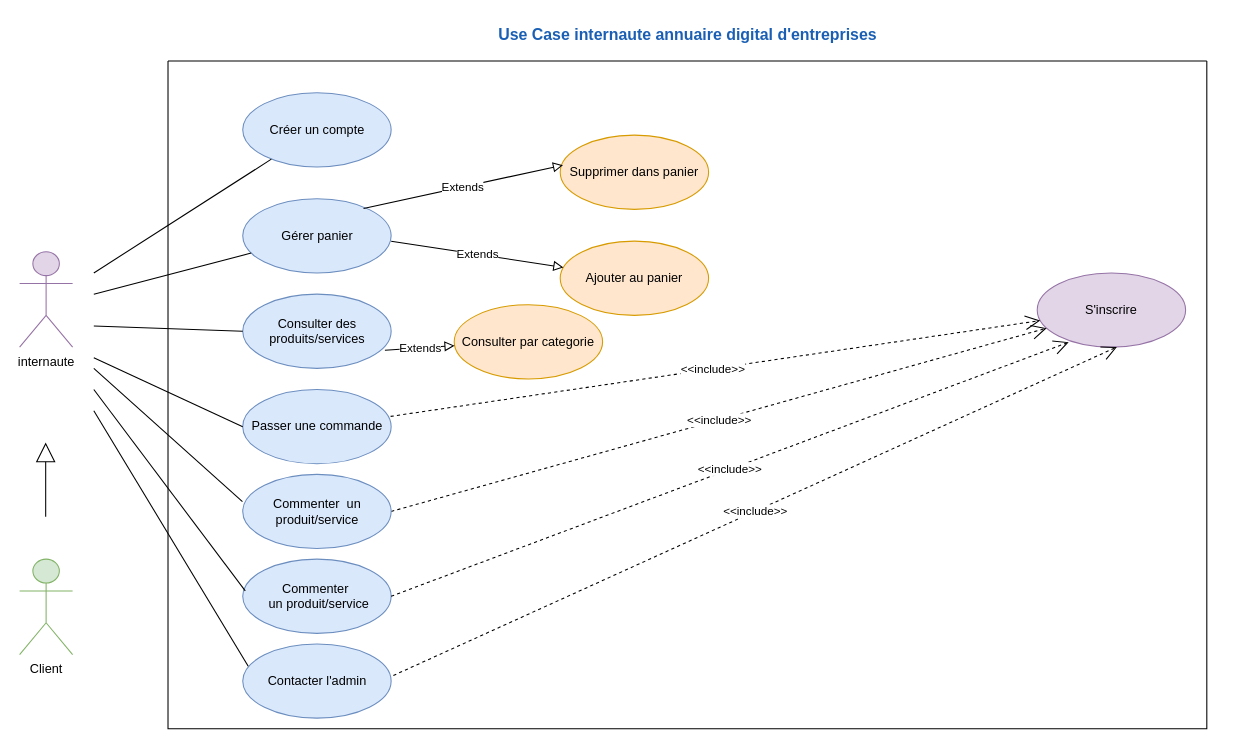
amine-elarass49/angular_doc keeps this draw.io diagram as 1. UseCase_internaute.drawio. Above is the earlier version. Source tidied: cells renumbered, new cells numbered last; positions are measured from the earlier drawing's top-left corner, leaving out a move shared by most shapes. Both pictures are drawn from the tidied source at 106%, with x=0, y=0 at pixel (19, 18).
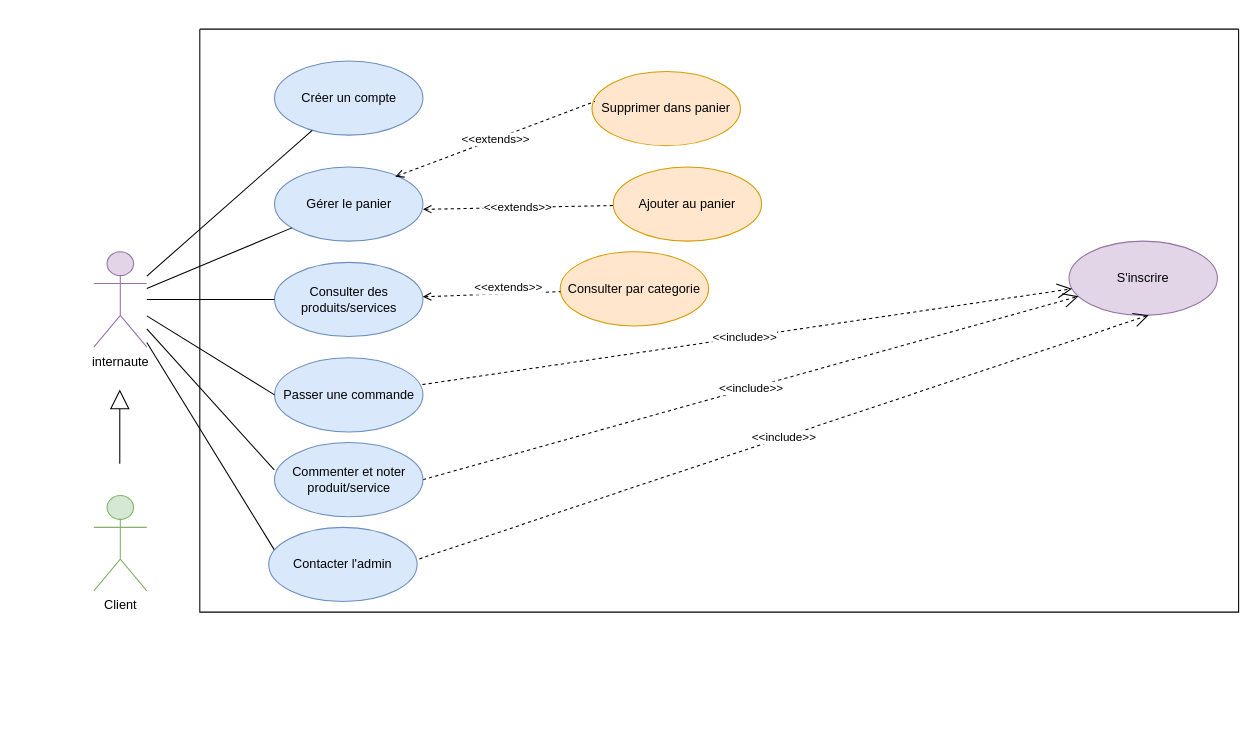
The same page after the edit.

The change refers to these unchanged cells:
```xml
<mxCell id="4" value="S'inscrire" style="ellipse;whiteSpace=wrap;html=1;fillColor=#e1d5e7;strokeColor=#9673a6;" parent="3" vertex="1">
  <mxGeometry x="820" y="200" width="140" height="70" as="geometry" />
</mxCell>
<mxCell id="9" value="Créer un compte" style="ellipse;whiteSpace=wrap;html=1;fillColor=#dae8fc;strokeColor=#6c8ebf;" parent="3" vertex="1">
  <mxGeometry x="70.5" y="30" width="140" height="70" as="geometry" />
</mxCell>
<mxCell id="10" value="Consulter des produits/services" style="ellipse;whiteSpace=wrap;html=1;fillColor=#dae8fc;strokeColor=#6c8ebf;" parent="3" vertex="1">
  <mxGeometry x="70.5" y="220" width="140" height="70" as="geometry" />
</mxCell>
<mxCell id="11" value="Passer une commande" style="ellipse;whiteSpace=wrap;html=1;fillColor=#dae8fc;strokeColor=#6c8ebf;" parent="3" vertex="1">
  <mxGeometry x="70.5" y="310" width="140" height="70" as="geometry" />
</mxCell>
```

Change to the diagram source:
```diff
@@
     <mxCell id="2" value="internaute" style="shape=umlActor;verticalLabelPosition=bottom;verticalAlign=top;html=1;outlineConnect=0;fillColor=#e1d5e7;strokeColor=#9673a6;" parent="1" vertex="1">
-      <mxGeometry y="220" width="50" height="90" as="geometry" />
+      <mxGeometry x="70" y="220" width="50" height="90" as="geometry" />
     </mxCell>
     <mxCell id="3" style="swimlane;startSize=0;" parent="1" vertex="1">
-      <mxGeometry x="140" y="40" width="980" height="630" as="geometry" />
+      <mxGeometry x="170" y="10" width="980" height="550" as="geometry" />
     </mxCell>
@@
-    <mxCell id="7" value="&lt;div&gt;Gérer panier&lt;/div&gt;" style="ellipse;whiteSpace=wrap;html=1;fillColor=#dae8fc;strokeColor=#6c8ebf;" parent="3" vertex="1">
+    <mxCell id="7" value="&lt;div&gt;Gérer le panier&lt;/div&gt;" style="ellipse;whiteSpace=wrap;html=1;fillColor=#dae8fc;strokeColor=#6c8ebf;" parent="3" vertex="1">
       <mxGeometry x="70.5" y="130" width="140" height="70" as="geometry" />
     </mxCell>
     <mxCell id="8" value="Supprimer dans panier" style="ellipse;whiteSpace=wrap;html=1;fillColor=#ffe6cc;strokeColor=#d79b00;" parent="3" vertex="1">
-      <mxGeometry x="370" y="70" width="140" height="70" as="geometry" />
+      <mxGeometry x="370" y="40" width="140" height="70" as="geometry" />
     </mxCell>
@@
-    <mxCell id="12" value="Commenter&amp;nbsp; un produit/service" style="ellipse;whiteSpace=wrap;html=1;fillColor=#dae8fc;strokeColor=#6c8ebf;" parent="3" vertex="1">
+    <mxCell id="12" value="Commenter et noter produit/service" style="ellipse;whiteSpace=wrap;html=1;fillColor=#dae8fc;strokeColor=#6c8ebf;" parent="3" vertex="1">
       <mxGeometry x="70.5" y="390" width="140" height="70" as="geometry" />
     </mxCell>
-    <mxCell id="13" value="&lt;div&gt;Commenter&amp;nbsp;&lt;/div&gt;&lt;div&gt;&amp;nbsp;un produit/service&lt;/div&gt;" style="ellipse;whiteSpace=wrap;html=1;fillColor=#dae8fc;strokeColor=#6c8ebf;" parent="3" vertex="1">
-      <mxGeometry x="70.5" y="470" width="140" height="70" as="geometry" />
-    </mxCell>
     <mxCell id="14" value="Contacter l'admin" style="ellipse;whiteSpace=wrap;html=1;fillColor=#dae8fc;strokeColor=#6c8ebf;" parent="3" vertex="1">
-      <mxGeometry x="70.5" y="550" width="140" height="70" as="geometry" />
+      <mxGeometry x="65" y="470" width="140" height="70" as="geometry" />
     </mxCell>
-    <mxCell id="15" style="endArrow=none;html=1;rounded=0;entryX=0.017;entryY=0.428;entryDx=0;entryDy=0;entryPerimeter=0;" parent="3" edge="1" target="13">
-      <mxGeometry relative="1" as="geometry">
-        <mxPoint x="-70" y="310" as="sourcePoint" />
-      </mxGeometry>
-    </mxCell>
-    <mxCell id="16" style="endArrow=none;html=1;rounded=0;entryX=0.037;entryY=0.3;entryDx=0;entryDy=0;entryPerimeter=0;" parent="3" edge="1" target="14">
-      <mxGeometry relative="1" as="geometry">
-        <mxPoint x="-70" y="330" as="sourcePoint" />
-      </mxGeometry>
-    </mxCell>
-    <mxCell id="17" style="endArrow=none;html=1;rounded=0;entryX=0;entryY=0.5;entryDx=0;entryDy=0;" parent="3" edge="1" target="11">
-      <mxGeometry relative="1" as="geometry">
-        <mxPoint x="-70" y="280" as="sourcePoint" />
-      </mxGeometry>
-    </mxCell>
-    <mxCell id="18" style="endArrow=none;html=1;rounded=0;entryX=-0.002;entryY=0.369;entryDx=0;entryDy=0;entryPerimeter=0;" parent="3" edge="1" target="12">
-      <mxGeometry relative="1" as="geometry">
-        <mxPoint x="-70" y="290" as="sourcePoint" />
-      </mxGeometry>
-    </mxCell>
-    <mxCell id="19" style="endArrow=none;html=1;rounded=0;entryX=0;entryY=0.5;entryDx=0;entryDy=0;" parent="3" edge="1" target="10">
-      <mxGeometry relative="1" as="geometry">
-        <mxPoint x="-70" y="250" as="sourcePoint" />
-      </mxGeometry>
-    </mxCell>
-    <mxCell id="20" style="endArrow=none;html=1;rounded=0;" parent="3" edge="1" target="9">
-      <mxGeometry relative="1" as="geometry">
-        <mxPoint x="-70" y="200" as="sourcePoint" />
-      </mxGeometry>
-    </mxCell>
@@
-    <mxCell id="22" value="&amp;lt;&amp;lt;include&amp;gt;&amp;gt;" style="endArrow=open;endSize=12;dashed=1;html=1;rounded=0;exitX=1;exitY=0.5;exitDx=0;exitDy=0;entryX=0.212;entryY=0.933;entryDx=0;entryDy=0;entryPerimeter=0;" parent="3" edge="1" source="13" target="4">
-      <mxGeometry relative="1" as="geometry" />
-    </mxCell>
     <mxCell id="23" value="Ajouter au panier" style="ellipse;whiteSpace=wrap;html=1;fillColor=#ffe6cc;strokeColor=#d79b00;" parent="3" vertex="1">
-      <mxGeometry x="370" y="170" width="140" height="70" as="geometry" />
+      <mxGeometry x="390" y="130" width="140" height="70" as="geometry" />
     </mxCell>
-    <mxCell id="24" value="Extends" style="endArrow=block;endSize=7;endFill=0;html=1;rounded=0;exitX=0.924;exitY=0.843;exitDx=0;exitDy=0;exitPerimeter=0;" parent="3" edge="1" target="23">
+    <mxCell id="24" value="&amp;lt;&amp;lt;extends&amp;gt;&amp;gt;" style="endArrow=none;endSize=7;endFill=0;html=1;rounded=0;exitX=0.924;exitY=0.843;exitDx=0;exitDy=0;exitPerimeter=0;dashed=1;startArrow=open;startFill=0;" parent="3" edge="1" target="23">
       <mxGeometry relative="1" as="geometry">
         <mxPoint x="210.5" y="170" as="sourcePoint" />
       </mxGeometry>
     </mxCell>
-    <mxCell id="25" value="Extends" style="endArrow=block;endSize=7;endFill=0;html=1;rounded=0;exitX=0.814;exitY=0.131;exitDx=0;exitDy=0;exitPerimeter=0;entryX=0.019;entryY=0.404;entryDx=0;entryDy=0;entryPerimeter=0;" parent="3" edge="1" source="7" target="8">
+    <mxCell id="25" value="&amp;lt;&amp;lt;extends&amp;gt;&amp;gt;" style="endArrow=none;endSize=7;endFill=0;html=1;rounded=0;exitX=0.814;exitY=0.131;exitDx=0;exitDy=0;exitPerimeter=0;entryX=0.019;entryY=0.404;entryDx=0;entryDy=0;entryPerimeter=0;dashed=1;startArrow=open;startFill=0;" parent="3" edge="1" source="7" target="8">
       <mxGeometry relative="1" as="geometry" />
     </mxCell>
     <mxCell id="26" value="Consulter par categorie" style="ellipse;whiteSpace=wrap;html=1;fillColor=#ffe6cc;strokeColor=#d79b00;" parent="3" vertex="1">
-      <mxGeometry x="270" y="230" width="140" height="70" as="geometry" />
+      <mxGeometry x="340" y="210" width="140" height="70" as="geometry" />
     </mxCell>
-    <mxCell id="27" value="Extends" style="endArrow=block;endSize=7;endFill=0;html=1;rounded=0;exitX=0.958;exitY=0.755;exitDx=0;exitDy=0;exitPerimeter=0;" parent="3" edge="1" source="10" target="26">
-      <mxGeometry relative="1" as="geometry" />
+    <mxCell id="27" value="&amp;lt;&amp;lt;extends&amp;gt;&amp;gt;" style="endArrow=none;endSize=7;endFill=0;html=1;rounded=0;dashed=1;startArrow=open;startFill=0;" parent="3" edge="1" source="10" target="26">
+      <mxGeometry x="0.24" y="5" relative="1" as="geometry" />
     </mxCell>
-    <mxCell id="28" value="&lt;b&gt;&lt;font style=&quot;font-size: 15px;&quot; color=&quot;#1a5fb4&quot;&gt;Use Case internaute annuaire digital d'entreprises&lt;/font&gt;&lt;/b&gt;" style="text;html=1;align=center;verticalAlign=middle;strokeColor=none;fillColor=none;" parent="1" vertex="1">
-      <mxGeometry x="440" width="380" height="30" as="geometry" />
-    </mxCell>
     <mxCell id="29" style="endArrow=block;endSize=16;endFill=0;html=1;rounded=0;" parent="1" edge="1">
       <mxGeometry relative="1" as="geometry">
-        <mxPoint x="24.6" y="470" as="sourcePoint" />
-        <mxPoint x="24.6" y="400" as="targetPoint" />
+        <mxPoint x="94.5" y="420" as="sourcePoint" />
+        <mxPoint x="94.5" y="350" as="targetPoint" />
       </mxGeometry>
     </mxCell>
-    <mxCell id="30" style="endArrow=none;html=1;rounded=0;" parent="1" edge="1" target="7">
-      <mxGeometry relative="1" as="geometry">
-        <mxPoint x="70" y="260" as="sourcePoint" />
-      </mxGeometry>
+    <mxCell id="30" style="endArrow=none;html=1;rounded=0;" parent="1" edge="1" source="2" target="7">
+      <mxGeometry relative="1" as="geometry" />
     </mxCell>
     <mxCell id="31" value="Client" style="shape=umlActor;verticalLabelPosition=bottom;verticalAlign=top;html=1;fillColor=#d5e8d4;strokeColor=#82b366;" parent="1" vertex="1">
-      <mxGeometry y="510" width="50" height="90" as="geometry" />
+      <mxGeometry x="70" y="450" width="50" height="90" as="geometry" />
     </mxCell>
+    <mxCell id="20" style="endArrow=none;html=1;rounded=0;" parent="1" edge="1" source="2" target="9">
+      <mxGeometry relative="1" as="geometry" />
+    </mxCell>
+    <mxCell id="19" style="endArrow=none;html=1;rounded=0;entryX=0;entryY=0.5;entryDx=0;entryDy=0;" parent="1" edge="1" source="2" target="10">
+      <mxGeometry relative="1" as="geometry" />
+    </mxCell>
+    <mxCell id="17" style="endArrow=none;html=1;rounded=0;entryX=0;entryY=0.5;entryDx=0;entryDy=0;" parent="1" edge="1" source="2" target="11">
+      <mxGeometry relative="1" as="geometry" />
+    </mxCell>
+    <mxCell id="18" style="endArrow=none;html=1;rounded=0;entryX=-0.002;entryY=0.369;entryDx=0;entryDy=0;entryPerimeter=0;" parent="1" edge="1" source="2" target="12">
+      <mxGeometry relative="1" as="geometry" />
+    </mxCell>
+    <mxCell id="16" style="endArrow=none;html=1;rounded=0;entryX=0.037;entryY=0.3;entryDx=0;entryDy=0;entryPerimeter=0;" parent="1" edge="1" source="2" target="14">
+      <mxGeometry relative="1" as="geometry" />
+    </mxCell>
```
